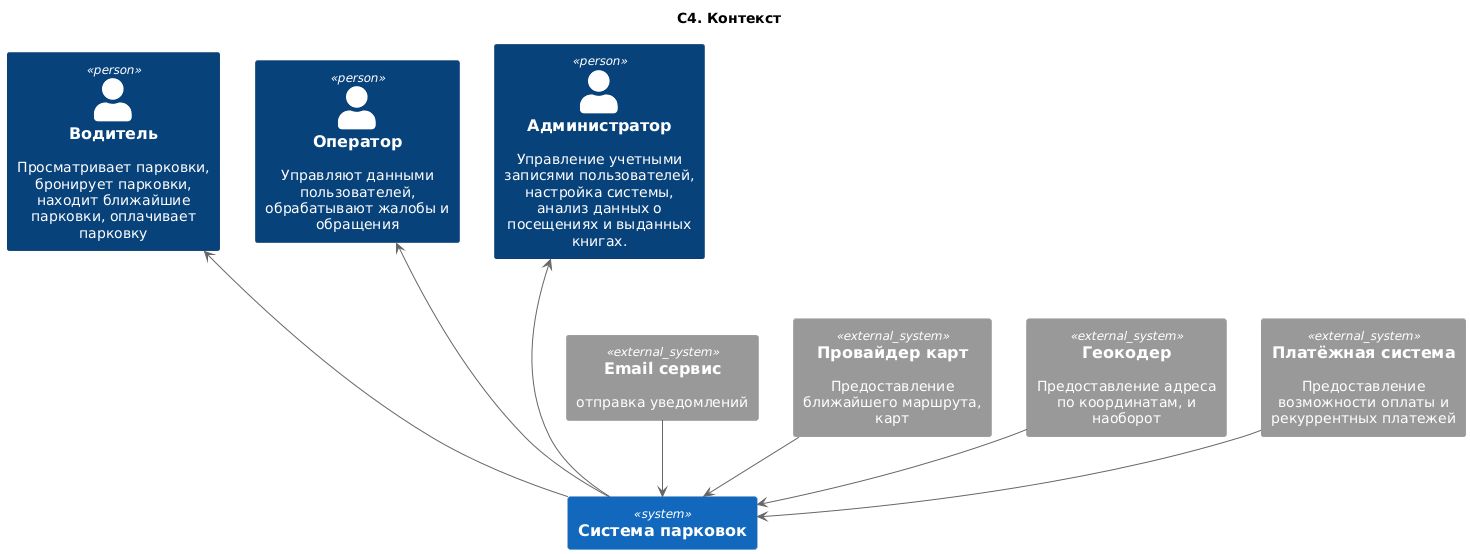
jmv52aof/project-doc keeps this PlantUML diagram as out/2. Технический проект/1_context/C4.png. Above is the earlier version.
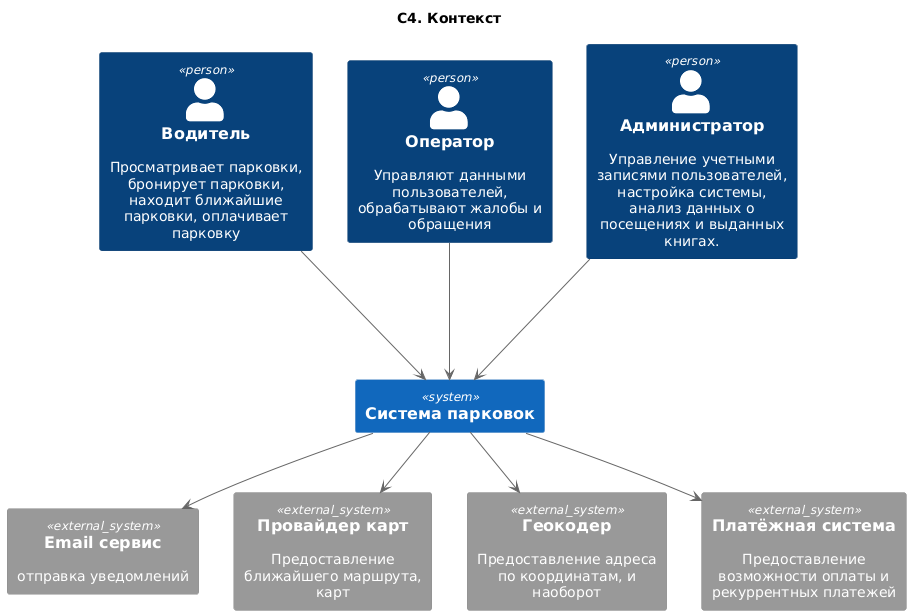
Later version of the same file.

The edit, as a diff of the source:
```diff
@@ -8,17 +8,17 @@
 Person(admin, "Администратор", "Управление учетными записями пользователей, настройка системы, анализ данных о посещениях и выданных книгах.")
 
 System(parkingSystem, "Система парковок")
-driver <--- parkingSystem
-operator <--- parkingSystem
-admin <--- parkingSystem
+driver ---> parkingSystem
+operator ---> parkingSystem
+admin ---> parkingSystem
 
 System_Ext(email, "Email сервис", "отправка уведомлений")
 System_Ext(maps, "Провайдер карт", "Предоставление ближайшего маршрута, карт")
 System_Ext(geocoder, "Геокодер", "Предоставление адреса по координатам, и наоборот")
 System_Ext(paymentSystem, "Платёжная система", "Предоставление возможности оплаты и рекуррентных платежей")
 
-email --> parkingSystem
-maps --> parkingSystem
-geocoder --> parkingSystem
-paymentSystem --> parkingSystem
+parkingSystem --> email
+parkingSystem --> maps
+parkingSystem --> geocoder
+parkingSystem --> paymentSystem
 @enduml
```
